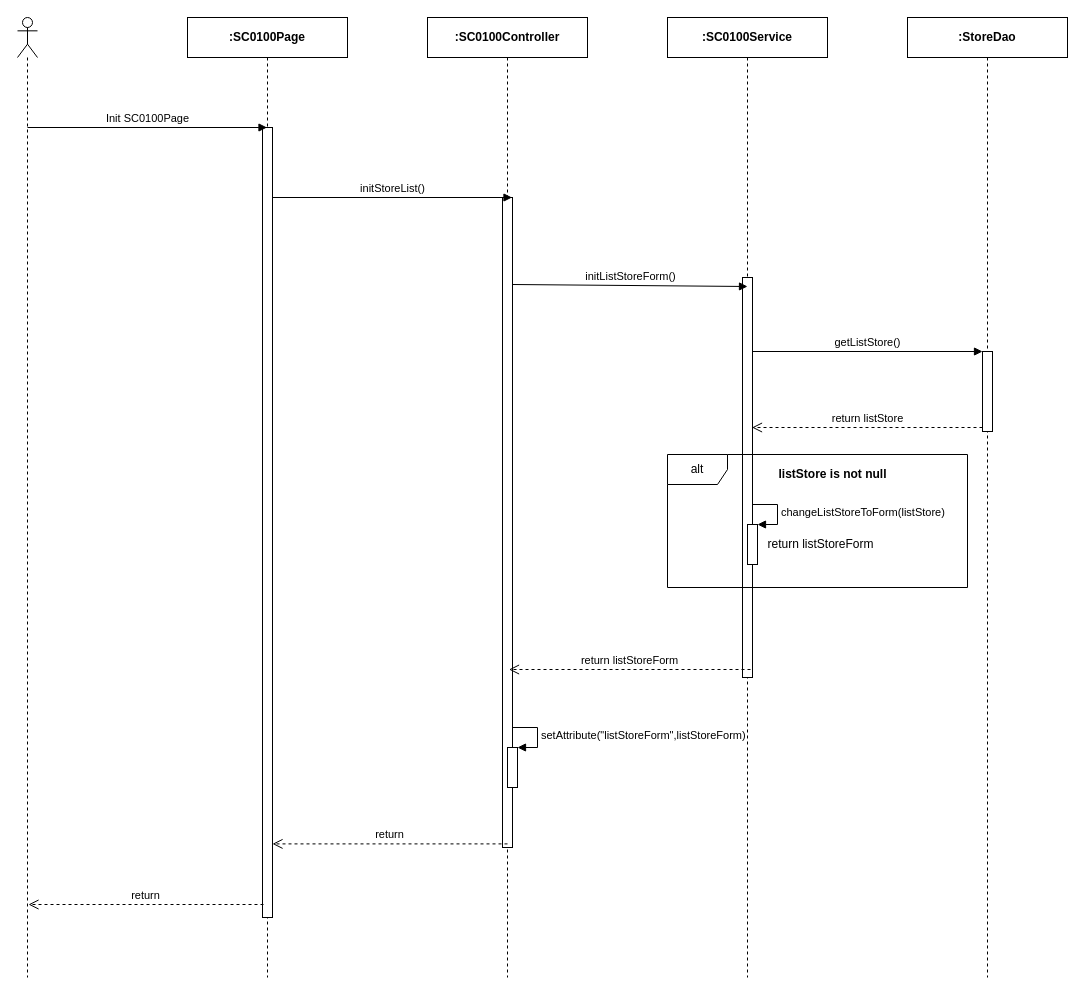
Earlier version of the draw.io diagram page "Ev01" (1 of 4) of Users/LuanNM/SEQ Diagram Review/sc01/SC0100_StoreManage.drawio (luannmdev/CapstoneDocument). Source tidied: cells renumbered, new cells numbered last; positions are measured from the earlier drawing's top-left corner, leaving out a move shared by most shapes. Both pictures are drawn from the tidied source at 100%, with x=0, y=0 at pixel (17, 17).
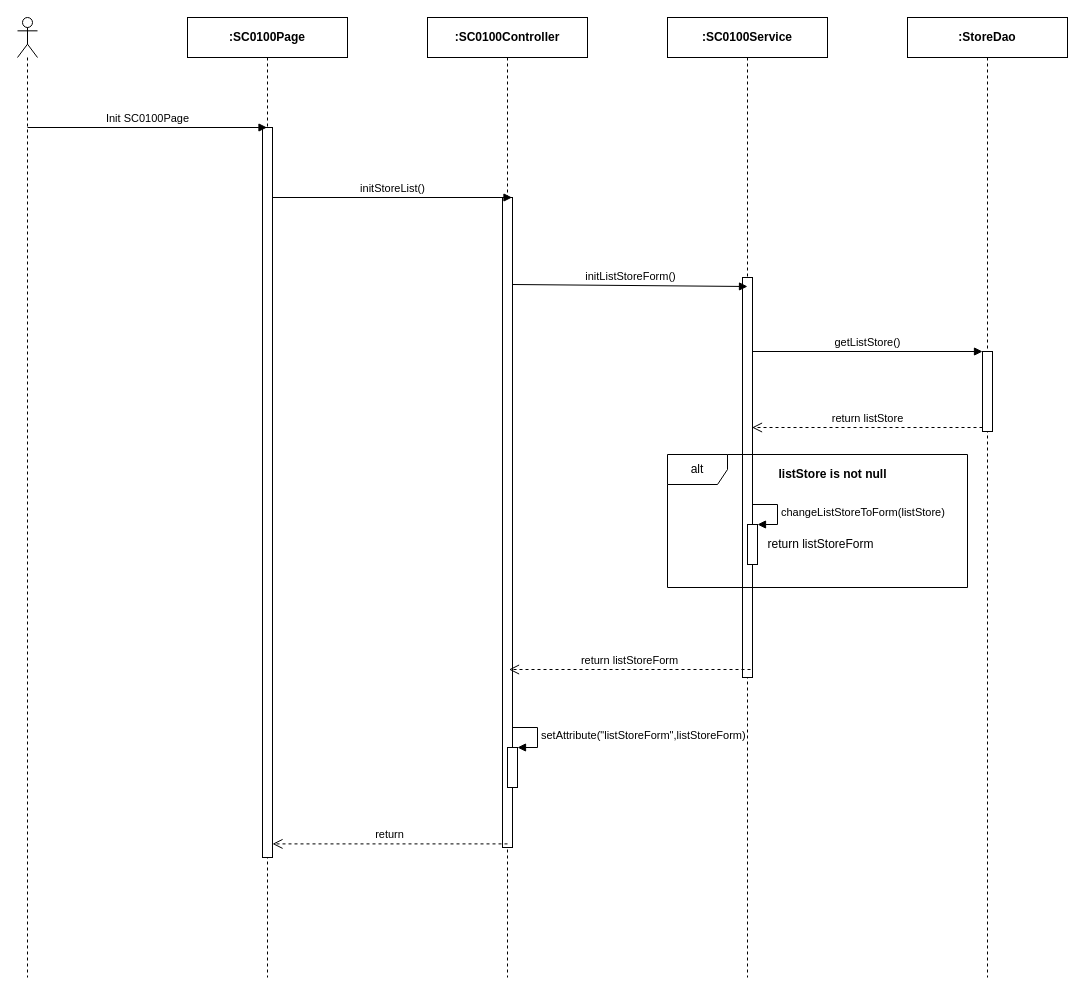
Above is the later version.

Unchanged cells that the change refers to:
```xml
<mxCell id="3" value="&lt;b&gt;:SC0100Page&lt;/b&gt;" style="shape=umlLifeline;perimeter=lifelinePerimeter;whiteSpace=wrap;html=1;outlineConnect=0;" parent="1" vertex="1">
  <mxGeometry x="170" width="160" height="960" as="geometry" />
</mxCell>
```

Change to the diagram source:
```diff
@@
     <mxCell id="4" style="html=1;perimeter=orthogonalPerimeter;" parent="3" vertex="1">
-      <mxGeometry x="75" y="110" width="10" height="790" as="geometry" />
+      <mxGeometry x="75" y="110" width="10" height="730" as="geometry" />
     </mxCell>
@@
-    <mxCell id="18" value="return" style="html=1;verticalAlign=bottom;endArrow=open;dashed=1;endSize=8;" parent="1" edge="1">
-      <mxGeometry relative="1" as="geometry">
-        <mxPoint x="246" y="887" as="sourcePoint" />
-        <mxPoint x="11" y="887" as="targetPoint" />
-      </mxGeometry>
-    </mxCell>
```
